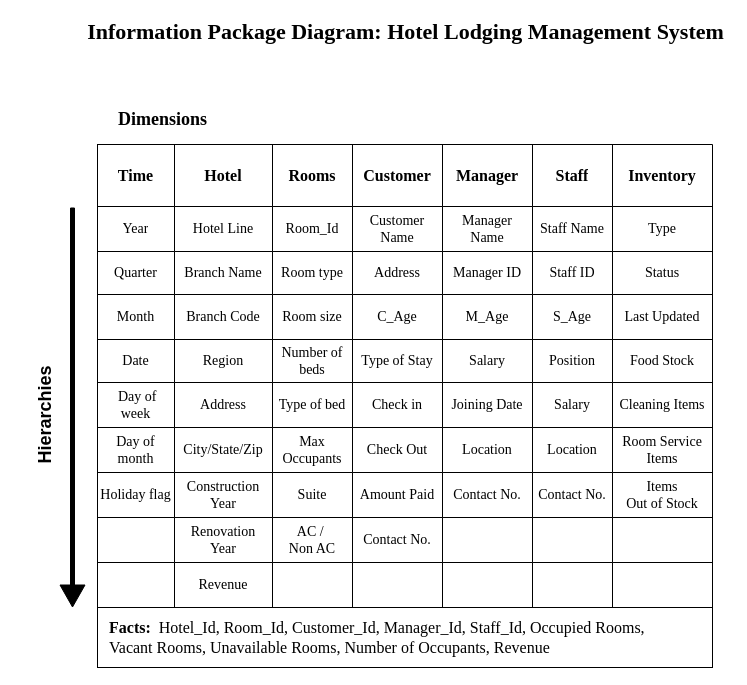
This is Information Package Diagram/IPD_hotel_lodging_system.drawio from adityaparab04/Diagrams, a draw.io file, before an edit. Source tidied: cells renumbered, new cells numbered last; positions are measured from the earlier drawing's top-left corner, leaving out a move shared by most shapes. Both pictures are drawn from the tidied source at 100%, with x=0, y=0 at pixel (-18, 17).
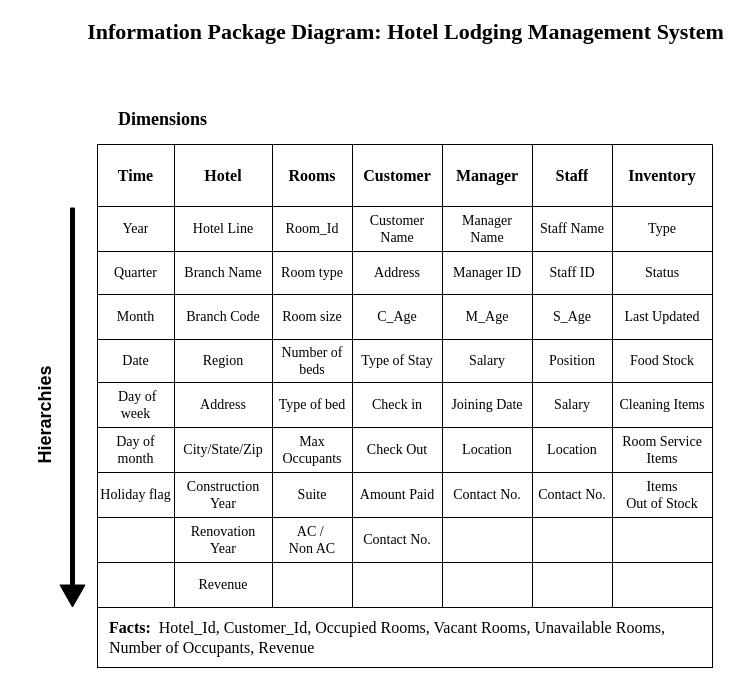
The same diagram, later.

What changed in the source:
```diff
@@
-    <mxCell id="86" value="&lt;div&gt;&lt;font style=&quot;font-weight: bold ; font-size: 16px&quot;&gt;Facts:&amp;nbsp; &lt;/font&gt;&lt;font style=&quot;font-size: 16px&quot;&gt;Hotel_Id, Room_Id, Customer_Id, Manager_Id, Staff_Id, Occupied Rooms, Vacant&amp;nbsp;Rooms, Unavailable Rooms, Number of Occupants, Revenue&lt;/font&gt;&lt;/div&gt;&lt;div&gt;&lt;/div&gt;" style="rounded=0;whiteSpace=wrap;html=1;fontFamily=Times New Roman;fontSize=14;strokeColor=#000000;strokeWidth=1;align=left;spacingLeft=10;" parent="1" vertex="1">
+    <mxCell id="86" value="&lt;div&gt;&lt;font style=&quot;font-weight: bold ; font-size: 16px&quot;&gt;Facts:&amp;nbsp; &lt;/font&gt;&lt;font style=&quot;font-size: 16px&quot;&gt;Hotel_Id, Customer_Id, Occupied Rooms, Vacant&amp;nbsp;Rooms, Unavailable Rooms, Number of Occupants, Revenue&lt;/font&gt;&lt;/div&gt;&lt;div&gt;&lt;/div&gt;" style="rounded=0;whiteSpace=wrap;html=1;fontFamily=Times New Roman;fontSize=14;strokeColor=#000000;strokeWidth=1;align=left;spacingLeft=10;" parent="1" vertex="1">
       <mxGeometry x="115" y="590" width="615" height="60" as="geometry" />
     </mxCell>
```
